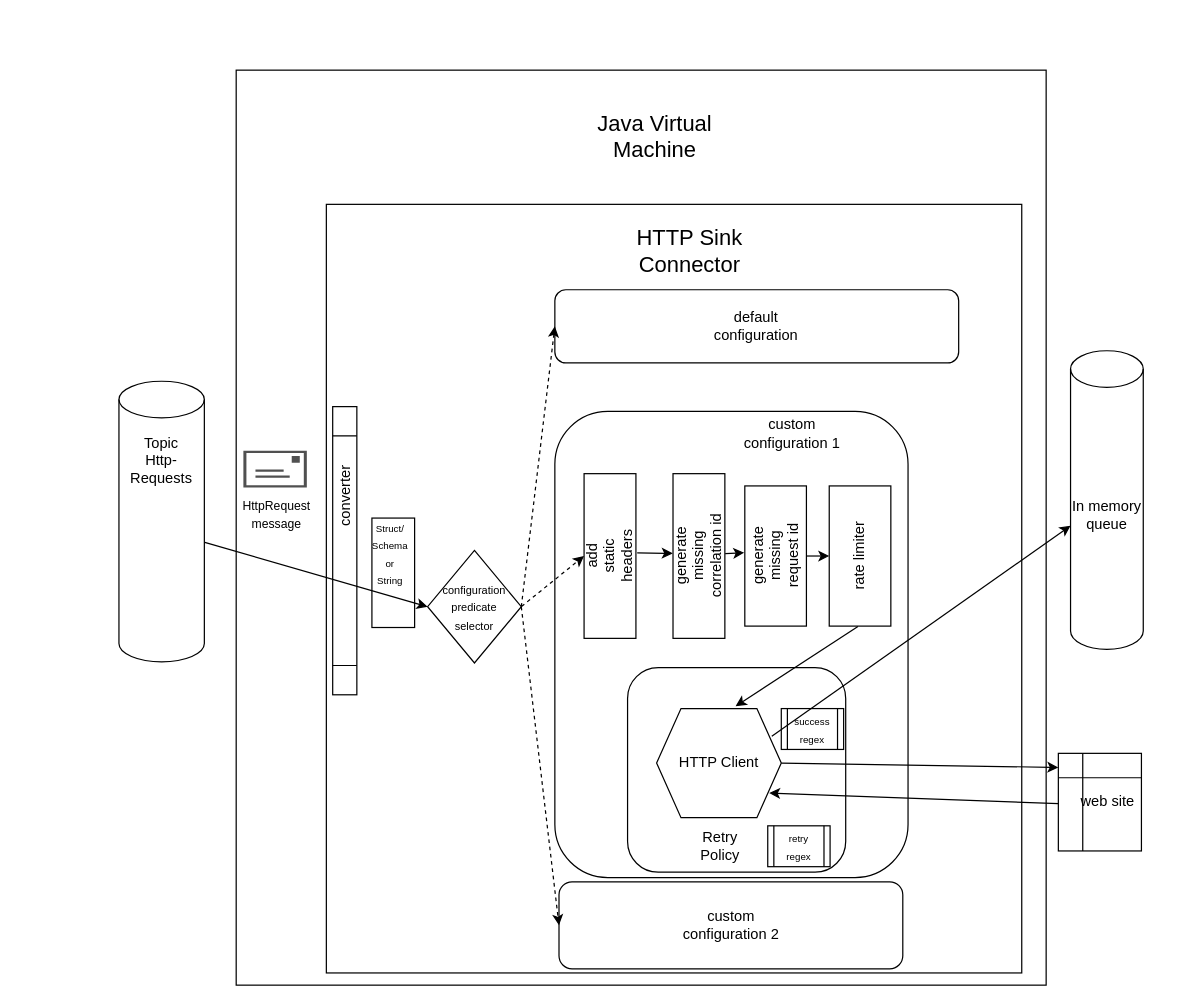
Above: docs/http_sink_connector.drawio in clescot/kafka-connect-http (draw.io), before the change. Source tidied: cells renumbered, new cells numbered last; positions are measured from the earlier drawing's top-left corner, leaving out a move shared by most shapes. Both pictures are drawn from the tidied source at 122%, with x=0, y=0 at pixel (118, 70).
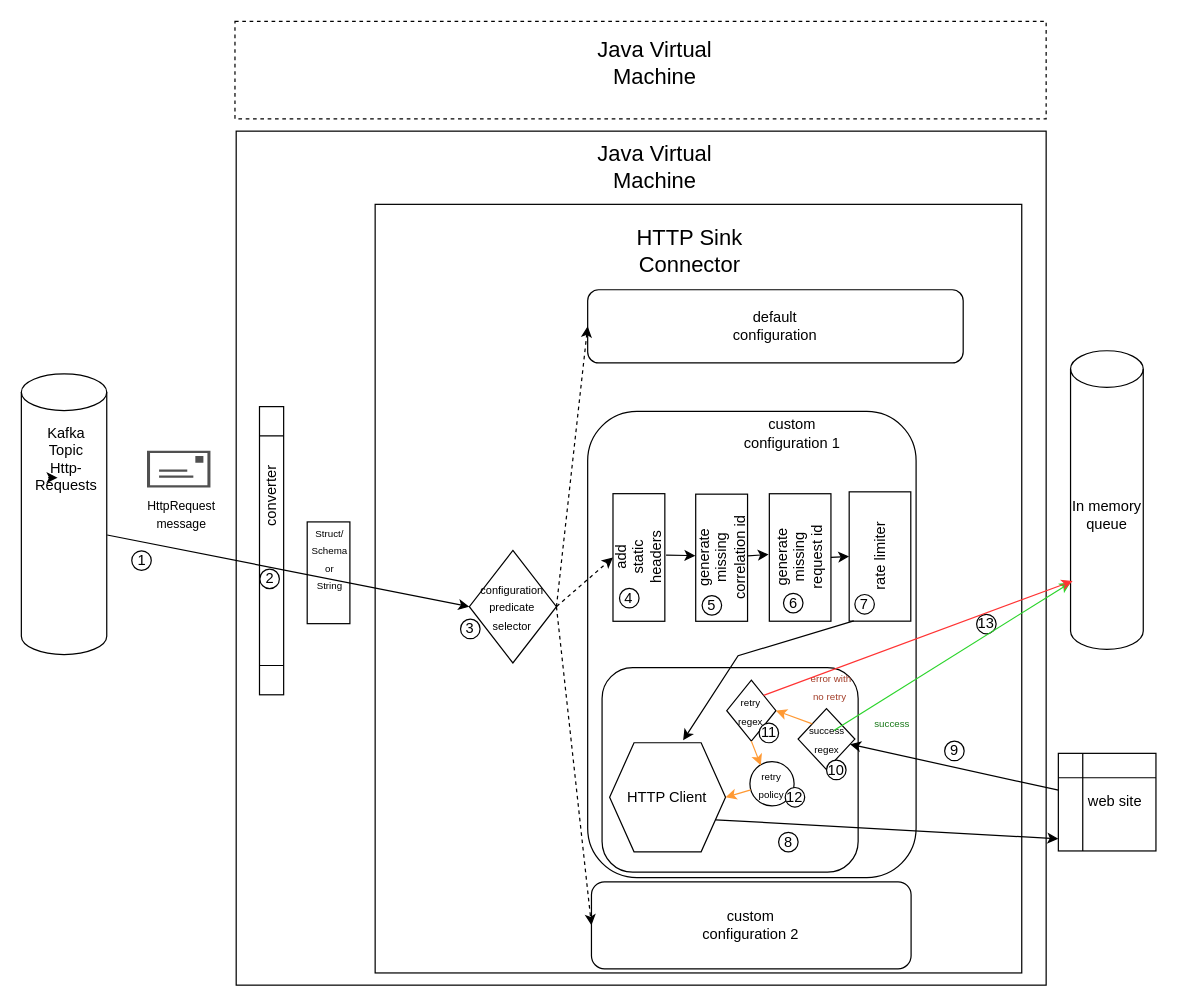
The same diagram, later.

The change refers to these unchanged cells:
```xml
<mxCell id="36" value="In memory&lt;br&gt;queue" style="shape=cylinder3;whiteSpace=wrap;html=1;boundedLbl=1;backgroundOutline=1;size=15;" parent="1" vertex="1">
  <mxGeometry x="780" y="230" width="59.6" height="244.8" as="geometry" />
</mxCell>
```

Diff of the diagram source:
```diff
@@
     <mxCell id="2" style="rounded=0;whiteSpace=wrap;html=1;" parent="1" vertex="1">
-      <mxGeometry x="96.1" width="663.9" height="750" as="geometry" />
+      <mxGeometry x="96.1" y="50" width="663.9" height="700" as="geometry" />
     </mxCell>
     <mxCell id="3" style="rounded=0;whiteSpace=wrap;html=1;" parent="1" vertex="1">
-      <mxGeometry x="170" y="110" width="570" height="630" as="geometry" />
+      <mxGeometry x="210" y="110" width="530" height="630" as="geometry" />
     </mxCell>
     <mxCell id="4" style="rounded=1;whiteSpace=wrap;html=1;" parent="3" vertex="1">
-      <mxGeometry x="187.3" y="169.7" width="289.5" height="382.1" as="geometry" />
+      <mxGeometry x="174.2" y="169.7" width="269.2" height="382.1" as="geometry" />
     </mxCell>
     <mxCell id="5" style="rounded=1;whiteSpace=wrap;html=1;" parent="3" vertex="1">
-      <mxGeometry x="246.9" y="379.8" width="178.8" height="167.6" as="geometry" />
+      <mxGeometry x="186" y="379.8" width="209.9" height="167.6" as="geometry" />
     </mxCell>
     <mxCell id="6" value="&lt;font style=&quot;font-size: 9px;&quot;&gt;configuration&lt;br&gt;predicate&lt;br&gt;selector&lt;/font&gt;" style="rhombus;whiteSpace=wrap;html=1;" parent="3" vertex="1">
-      <mxGeometry x="83" y="283.7" width="76.8" height="92.2" as="geometry" />
+      <mxGeometry x="77.2" y="283.7" width="71.4" height="92.2" as="geometry" />
     </mxCell>
     <mxCell id="7" value="generate&lt;br&gt;missing&lt;br&gt;request id" style="rounded=0;whiteSpace=wrap;html=1;rotation=-90;" parent="3" vertex="1">
-      <mxGeometry x="310.8" y="263" width="114.9" height="50.5" as="geometry" />
+      <mxGeometry x="296.1" y="264.2" width="104.5" height="50.5" as="geometry" />
     </mxCell>
     <mxCell id="8" value="custom&lt;br&gt;configuration 2" style="rounded=1;whiteSpace=wrap;html=1;" parent="3" vertex="1">
-      <mxGeometry x="190.7" y="555.3" width="281.8" height="71.3" as="geometry" />
+      <mxGeometry x="177.3" y="555.3" width="262" height="71.3" as="geometry" />
     </mxCell>
@@
     <mxCell id="10" value="rate limiter" style="rounded=0;whiteSpace=wrap;html=1;rotation=-90;" parent="3" vertex="1">
-      <mxGeometry x="380" y="263" width="114.9" height="50.5" as="geometry" />
+      <mxGeometry x="360.8" y="263.4" width="106" height="50.5" as="geometry" />
     </mxCell>
@@
     <mxCell id="12" style="rounded=0;whiteSpace=wrap;html=1;rotation=-90;" parent="3" vertex="1">
-      <mxGeometry x="10" y="284.5" width="89.7" height="35" as="geometry" />
+      <mxGeometry x="-79.9" y="284.5" width="83.4" height="35" as="geometry" />
     </mxCell>
     <mxCell id="13" value="HTTP Client" style="shape=hexagon;perimeter=hexagonPerimeter2;whiteSpace=wrap;html=1;fixedSize=1;" parent="3" vertex="1">
-      <mxGeometry x="270.7" y="413.3" width="102.2" height="89.4" as="geometry" />
+      <mxGeometry x="192.2" y="441.3" width="95" height="89.4" as="geometry" />
     </mxCell>
-    <mxCell id="14" style="endArrow=classic;html=1;rounded=0;exitX=-0.003;exitY=0.466;exitDx=0;exitDy=0;exitPerimeter=0;entryX=0.634;entryY=-0.022;entryDx=0;entryDy=0;entryPerimeter=0;" parent="3" edge="1" source="10" target="13">
-      <mxGeometry relative="1" as="geometry" />
+    <mxCell id="14" style="endArrow=classic;html=1;rounded=0;exitX=0.002;exitY=0.074;exitDx=0;exitDy=0;exitPerimeter=0;entryX=0.634;entryY=-0.022;entryDx=0;entryDy=0;entryPerimeter=0;" parent="3" edge="1" source="10" target="13">
+      <mxGeometry relative="1" as="geometry">
+        <Array as="points">
+          <mxPoint x="297.5" y="370" />
+        </Array>
+      </mxGeometry>
     </mxCell>
-    <mxCell id="15" value="Retry Policy" style="text;html=1;strokeColor=none;fillColor=none;align=center;verticalAlign=middle;whiteSpace=wrap;rounded=0;" parent="3" vertex="1">
-      <mxGeometry x="293.3" y="509.4" width="60" height="33.5" as="geometry" />
-    </mxCell>
-    <mxCell id="16" value="&lt;font style=&quot;font-size: 8px;&quot;&gt;success&lt;br style=&quot;border-color: var(--border-color);&quot;&gt;regex&lt;/font&gt;" style="shape=process;whiteSpace=wrap;html=1;backgroundOutline=1;rotation=0;" parent="3" vertex="1">
-      <mxGeometry x="372.9" y="413.3" width="51.1" height="33.5" as="geometry" />
-    </mxCell>
-    <mxCell id="17" value="&lt;font style=&quot;font-size: 8px;&quot;&gt;retry&lt;br style=&quot;border-color: var(--border-color);&quot;&gt;regex&lt;/font&gt;" style="shape=process;whiteSpace=wrap;html=1;backgroundOutline=1;rotation=0;" parent="3" vertex="1">
-      <mxGeometry x="361.8" y="509.4" width="51.1" height="33.5" as="geometry" />
-    </mxCell>
     <mxCell id="18" value="&lt;font style=&quot;font-size: 8px;&quot;&gt;Struct/&lt;br&gt;Schema&lt;br style=&quot;border-color: var(--border-color);&quot;&gt;&lt;span style=&quot;border-color: var(--border-color);&quot;&gt;or&lt;/span&gt;&lt;br style=&quot;border-color: var(--border-color);&quot;&gt;&lt;span style=&quot;border-color: var(--border-color);&quot;&gt;String&lt;/span&gt;&lt;/font&gt;" style="text;html=1;strokeColor=none;fillColor=none;align=center;verticalAlign=middle;whiteSpace=wrap;rounded=0;" parent="3" vertex="1">
-      <mxGeometry x="27.1" y="269" width="51.1" height="33.5" as="geometry" />
+      <mxGeometry x="-60.8" y="273" width="47.5" height="33.5" as="geometry" />
     </mxCell>
     <mxCell id="19" value="add&lt;br&gt;static&lt;br&gt;headers" style="rounded=0;whiteSpace=wrap;html=1;rotation=-90;" parent="3" vertex="1">
-      <mxGeometry x="165" y="267" width="135" height="42.5" as="geometry" />
+      <mxGeometry x="163.9" y="268.2" width="104.6" height="42.5" as="geometry" />
     </mxCell>
@@
     <mxCell id="21" value="generate&lt;br&gt;missing&lt;br&gt;correlation id" style="rounded=0;whiteSpace=wrap;html=1;rotation=-90;" parent="3" vertex="1">
-      <mxGeometry x="237.9" y="267" width="135" height="42.5" as="geometry" />
+      <mxGeometry x="231.9" y="268.4" width="104.2" height="42.5" as="geometry" />
     </mxCell>
@@
     <mxCell id="24" value="default&lt;br&gt;configuration" style="rounded=1;whiteSpace=wrap;html=1;" parent="3" vertex="1">
-      <mxGeometry x="187.3" y="70" width="331" height="60" as="geometry" />
+      <mxGeometry x="174.2" y="70" width="307.8" height="60" as="geometry" />
     </mxCell>
@@
+    <mxCell id="16" value="&lt;font style=&quot;font-size: 8px;&quot;&gt;success&lt;br&gt;regex&lt;/font&gt;" style="rhombus;whiteSpace=wrap;html=1;" parent="3" vertex="1">
+      <mxGeometry x="346.7" y="413.3" width="46.5" height="50" as="geometry" />
+    </mxCell>
+    <mxCell id="17" value="&lt;font style=&quot;font-size: 8px;&quot;&gt;retry&lt;br&gt;regex&lt;/font&gt;" style="rhombus;whiteSpace=wrap;html=1;" parent="3" vertex="1">
+      <mxGeometry x="288.2" y="390" width="40.3" height="50" as="geometry" />
+    </mxCell>
+    <mxCell id="41" value="&lt;font color=&quot;#187818&quot; style=&quot;font-size: 8px;&quot;&gt;success&lt;/font&gt;" style="text;html=1;strokeColor=none;fillColor=none;align=center;verticalAlign=middle;whiteSpace=wrap;rounded=0;" parent="3" vertex="1">
+      <mxGeometry x="395.8" y="410" width="55.8" height="30" as="geometry" />
+    </mxCell>
+    <mxCell id="42" style="endArrow=classic;html=1;rounded=0;entryX=1;entryY=0.5;entryDx=0;entryDy=0;exitX=0;exitY=0;exitDx=0;exitDy=0;strokeColor=#FF9933;" parent="3" edge="1" source="16" target="17">
+      <mxGeometry relative="1" as="geometry" />
+    </mxCell>
+    <mxCell id="43" value="&lt;font color=&quot;#a33f2a&quot; style=&quot;font-size: 8px;&quot;&gt;error with&lt;br&gt;no retry&amp;nbsp;&lt;/font&gt;" style="text;html=1;strokeColor=none;fillColor=none;align=center;verticalAlign=middle;whiteSpace=wrap;rounded=0;" parent="3" vertex="1">
+      <mxGeometry x="343" y="380" width="62.4" height="30" as="geometry" />
+    </mxCell>
+    <mxCell id="44" value="&lt;font style=&quot;font-size: 8px;&quot;&gt;retry&lt;br&gt;policy&lt;br&gt;&lt;/font&gt;" style="ellipse;whiteSpace=wrap;html=1;" parent="3" vertex="1">
+      <mxGeometry x="307.2" y="456.8" width="36.2" height="36.2" as="geometry" />
+    </mxCell>
+    <mxCell id="45" style="endArrow=classic;html=1;rounded=0;entryX=0.246;entryY=0.084;entryDx=0;entryDy=0;exitX=0.5;exitY=1;exitDx=0;exitDy=0;entryPerimeter=0;strokeColor=#FF9933;" parent="3" edge="1" source="17" target="44">
+      <mxGeometry relative="1" as="geometry" />
+    </mxCell>
+    <mxCell id="46" style="endArrow=classic;html=1;rounded=0;entryX=1;entryY=0.5;entryDx=0;entryDy=0;strokeColor=#FF9933;" parent="3" edge="1" source="44" target="13">
+      <mxGeometry relative="1" as="geometry" />
+    </mxCell>
+    <mxCell id="47" value="3" style="ellipse;whiteSpace=wrap;html=1;" parent="3" vertex="1">
+      <mxGeometry x="70" y="340" width="16" height="16" as="geometry" />
+    </mxCell>
+    <mxCell id="48" value="4" style="ellipse;whiteSpace=wrap;html=1;" parent="3" vertex="1">
+      <mxGeometry x="200.3" y="314.8" width="16" height="16" as="geometry" />
+    </mxCell>
+    <mxCell id="49" value="5" style="ellipse;whiteSpace=wrap;html=1;" parent="3" vertex="1">
+      <mxGeometry x="268" y="320.7" width="16" height="16" as="geometry" />
+    </mxCell>
+    <mxCell id="50" value="6" style="ellipse;whiteSpace=wrap;html=1;" parent="3" vertex="1">
+      <mxGeometry x="334.7" y="318.8" width="16" height="16" as="geometry" />
+    </mxCell>
+    <mxCell id="51" value="7" style="ellipse;whiteSpace=wrap;html=1;" parent="3" vertex="1">
+      <mxGeometry x="393.2" y="319.8" width="16" height="16" as="geometry" />
+    </mxCell>
+    <mxCell id="52" value="8" style="ellipse;whiteSpace=wrap;html=1;" parent="3" vertex="1">
+      <mxGeometry x="330.7" y="514.7" width="16" height="16" as="geometry" />
+    </mxCell>
+    <mxCell id="53" value="9" style="ellipse;whiteSpace=wrap;html=1;" parent="3" vertex="1">
+      <mxGeometry x="466.8" y="440" width="16" height="16" as="geometry" />
+    </mxCell>
+    <mxCell id="54" value="10" style="ellipse;whiteSpace=wrap;html=1;" parent="3" vertex="1">
+      <mxGeometry x="370" y="455.6" width="16" height="16" as="geometry" />
+    </mxCell>
+    <mxCell id="55" value="11" style="ellipse;whiteSpace=wrap;html=1;" parent="3" vertex="1">
+      <mxGeometry x="314.7" y="425.3" width="16" height="16" as="geometry" />
+    </mxCell>
+    <mxCell id="56" value="12" style="ellipse;whiteSpace=wrap;html=1;" parent="3" vertex="1">
+      <mxGeometry x="336.1" y="478" width="16" height="16" as="geometry" />
+    </mxCell>
+    <mxCell id="57" value="13" style="ellipse;whiteSpace=wrap;html=1;" parent="3" vertex="1">
+      <mxGeometry x="493" y="336" width="16" height="16" as="geometry" />
+    </mxCell>
@@
     <mxCell id="27" style="shape=cylinder3;whiteSpace=wrap;html=1;boundedLbl=1;backgroundOutline=1;size=15;" parent="1" vertex="1">
-      <mxGeometry y="255" width="70" height="230" as="geometry" />
+      <mxGeometry x="-80" y="249" width="70" height="230" as="geometry" />
     </mxCell>
-    <mxCell id="28" value="Topic&lt;br&gt;Http-Requests" style="text;html=1;strokeColor=none;fillColor=none;align=center;verticalAlign=middle;whiteSpace=wrap;rounded=0;" parent="1" vertex="1">
-      <mxGeometry x="5" y="305" width="60" height="30" as="geometry" />
+    <mxCell id="28" value="Kafka Topic&lt;br&gt;Http-Requests" style="text;html=1;strokeColor=none;fillColor=none;align=center;verticalAlign=middle;whiteSpace=wrap;rounded=0;" parent="1" vertex="1">
+      <mxGeometry x="-73" y="304" width="60" height="30" as="geometry" />
     </mxCell>
     <mxCell id="29" style="sketch=0;shadow=0;dashed=0;html=1;strokeColor=none;fillColor=#505050;labelPosition=center;verticalLabelPosition=bottom;verticalAlign=top;align=center;shape=mxgraph.office.concepts.email;" parent="1" vertex="1">
-      <mxGeometry x="102" y="312" width="52" height="30" as="geometry" />
+      <mxGeometry x="23" y="312" width="52" height="30" as="geometry" />
     </mxCell>
     <mxCell id="30" value="&lt;font style=&quot;font-size: 10px;&quot;&gt;HttpRequest&lt;br&gt;message&lt;/font&gt;" style="text;html=1;align=center;verticalAlign=middle;strokeColor=none;fillColor=none;" parent="1" vertex="1">
-      <mxGeometry x="88.5" y="344" width="80" height="40" as="geometry" />
+      <mxGeometry x="10.5" y="344" width="80" height="40" as="geometry" />
     </mxCell>
@@
     <mxCell id="32" style="shape=process;whiteSpace=wrap;html=1;backgroundOutline=1;rotation=-90;" parent="1" vertex="1">
-      <mxGeometry x="67" y="384" width="236.2" height="19.8" as="geometry" />
+      <mxGeometry x="7" y="384" width="236.2" height="19.8" as="geometry" />
     </mxCell>
     <mxCell id="33" value="converter" style="text;html=1;strokeColor=none;fillColor=none;align=center;verticalAlign=middle;whiteSpace=wrap;rounded=0;rotation=-90;" parent="1" vertex="1">
-      <mxGeometry x="156.1" y="334" width="60" height="30" as="geometry" />
+      <mxGeometry x="95.1" y="334" width="60" height="30" as="geometry" />
     </mxCell>
@@
     <mxCell id="35" value="&lt;font style=&quot;font-size: 18px;&quot;&gt;Java Virtual Machine&lt;/font&gt;" style="text;html=1;strokeColor=none;fillColor=none;align=center;verticalAlign=middle;whiteSpace=wrap;rounded=0;" parent="1" vertex="1">
-      <mxGeometry x="383" y="40" width="113" height="30" as="geometry" />
+      <mxGeometry x="383" y="65" width="113" height="30" as="geometry" />
     </mxCell>
@@
-    <mxCell id="37" style="endArrow=classic;html=1;rounded=0;exitX=0.924;exitY=0.254;exitDx=0;exitDy=0;exitPerimeter=0;" parent="1" edge="1" source="13" target="36">
-      <mxGeometry relative="1" as="geometry" />
+    <mxCell id="37" style="endArrow=classic;html=1;rounded=0;exitX=0.662;exitY=0.138;exitDx=0;exitDy=0;exitPerimeter=0;strokeColor=#2AD42A;" parent="1" edge="1">
+      <mxGeometry relative="1" as="geometry">
+        <mxPoint x="586" y="541.2" as="sourcePoint" />
+        <mxPoint x="780" y="420" as="targetPoint" />
+      </mxGeometry>
     </mxCell>
     <mxCell id="38" value="&amp;nbsp; &amp;nbsp; web site" style="shape=internalStorage;whiteSpace=wrap;html=1;backgroundOutline=1;" parent="1" vertex="1">
-      <mxGeometry x="770" y="560" width="68.1" height="80" as="geometry" />
+      <mxGeometry x="770" y="560" width="80" height="80" as="geometry" />
     </mxCell>
-    <mxCell id="39" style="endArrow=classic;html=1;rounded=0;exitX=0.001;exitY=0.515;exitDx=0;exitDy=0;exitPerimeter=0;entryX=0.903;entryY=0.774;entryDx=0;entryDy=0;entryPerimeter=0;" parent="1" edge="1" source="38" target="13">
-      <mxGeometry relative="1" as="geometry" />
+    <mxCell id="39" style="endArrow=classic;html=1;rounded=0;exitX=0.001;exitY=0.515;exitDx=0;exitDy=0;exitPerimeter=0;" parent="1" edge="1" target="16">
+      <mxGeometry relative="1" as="geometry">
+        <mxPoint x="770.1" y="590.2" as="sourcePoint" />
+      </mxGeometry>
     </mxCell>
-    <mxCell id="40" style="endArrow=classic;html=1;rounded=0;entryX=0;entryY=0.144;entryDx=0;entryDy=0;entryPerimeter=0;exitX=1;exitY=0.5;exitDx=0;exitDy=0;" parent="1" edge="1" source="13" target="38">
-      <mxGeometry relative="1" as="geometry" />
+    <mxCell id="40" style="endArrow=classic;html=1;rounded=0;exitX=1;exitY=0.75;exitDx=0;exitDy=0;" parent="1" edge="1" source="13">
+      <mxGeometry relative="1" as="geometry">
+        <mxPoint x="770" y="630" as="targetPoint" />
+      </mxGeometry>
     </mxCell>
+    <mxCell id="58" style="endArrow=classic;html=1;rounded=0;exitX=1;exitY=0;exitDx=0;exitDy=0;entryX=0.028;entryY=0.771;entryDx=0;entryDy=0;entryPerimeter=0;strokeColor=#FF3333;" parent="1" edge="1" source="17" target="36">
+      <mxGeometry relative="1" as="geometry" />
+    </mxCell>
+    <mxCell id="59" value="1" style="ellipse;whiteSpace=wrap;html=1;" parent="1" vertex="1">
+      <mxGeometry x="10.5" y="394" width="16" height="16" as="geometry" />
+    </mxCell>
+    <mxCell id="60" value="2" style="ellipse;whiteSpace=wrap;html=1;" parent="1" vertex="1">
+      <mxGeometry x="115.5" y="409" width="16" height="16" as="geometry" />
+    </mxCell>
+    <mxCell id="61" style="edgeStyle=orthogonalEdgeStyle;rounded=0;orthogonalLoop=1;jettySize=auto;html=1;exitX=0.25;exitY=1;exitDx=0;exitDy=0;entryX=0.378;entryY=0.994;entryDx=0;entryDy=0;entryPerimeter=0;" parent="1" edge="1" source="28" target="28">
+      <mxGeometry relative="1" as="geometry" />
+    </mxCell>
+    <mxCell id="62" style="rounded=0;whiteSpace=wrap;html=1;dashed=1;" parent="1" vertex="1">
+      <mxGeometry x="95.1" y="-40" width="664.9" height="80" as="geometry" />
+    </mxCell>
+    <mxCell id="63" value="&lt;font style=&quot;font-size: 18px;&quot;&gt;Java Virtual Machine&lt;/font&gt;" style="text;html=1;strokeColor=none;fillColor=none;align=center;verticalAlign=middle;whiteSpace=wrap;rounded=0;" parent="1" vertex="1">
+      <mxGeometry x="383" y="-20" width="113" height="30" as="geometry" />
+    </mxCell>
```
